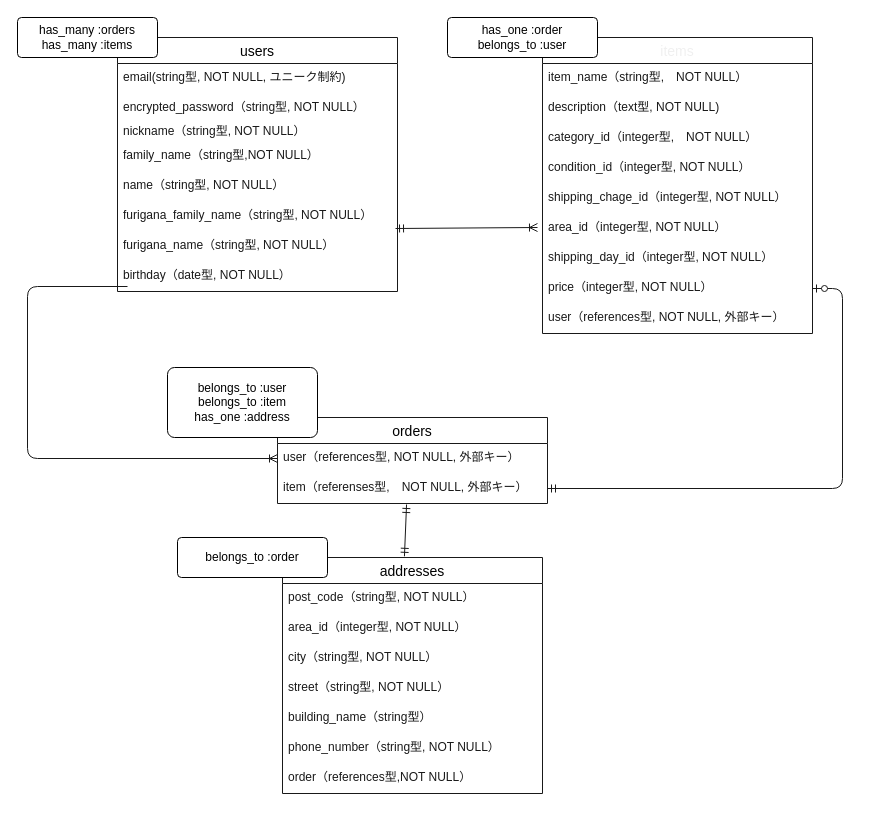
Before: ER.dio in motooga/furima-38955, a draw.io diagram. Source tidied: cells renumbered, new cells numbered last; positions are measured from the earlier drawing's top-left corner, leaving out a move shared by most shapes. Both pictures are drawn from the tidied source at 100%, with x=0, y=0 at pixel (17, 17).
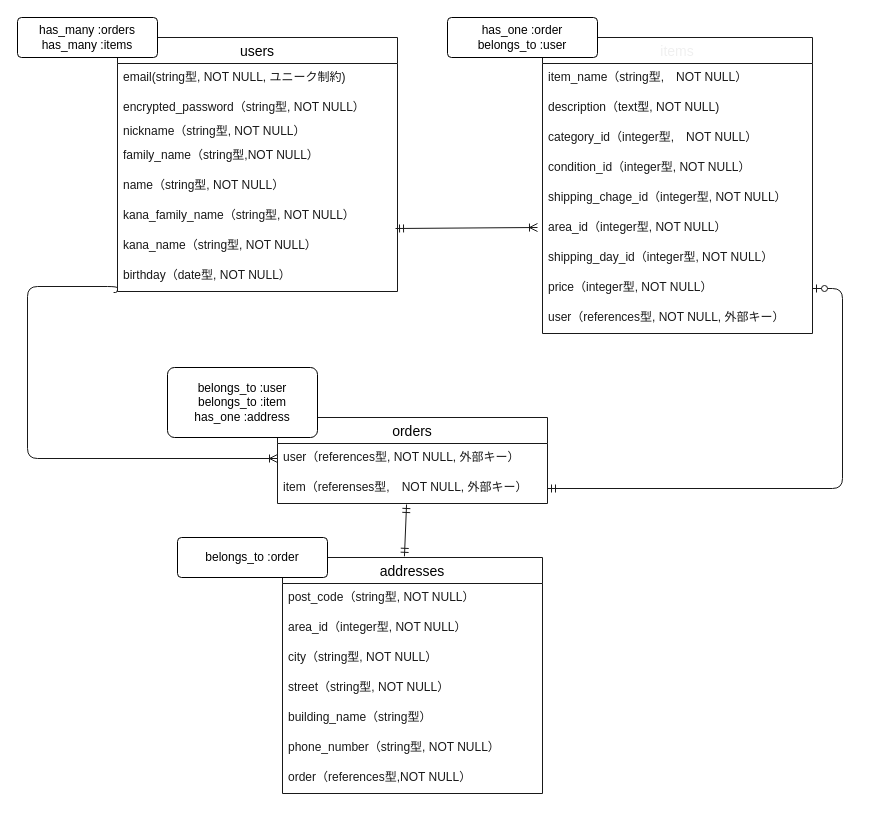
The same page after the edit.

Unchanged cells that the change refers to:
```xml
<mxCell id="2" value="users" style="swimlane;fontStyle=0;horizontal=1;startSize=26;align=center;fontSize=14;strokeColor=#191919;" parent="1" vertex="1">
  <mxGeometry x="100" y="20" width="280" height="254" as="geometry" />
</mxCell>
<mxCell id="10" value="birthday（date型, NOT NULL）" style="text;strokeColor=none;fillColor=none;spacingLeft=4;spacingRight=4;overflow=hidden;points=[[0,0.5],[1,0.5]];portConstraint=eastwest;fontSize=12;labelBorderColor=none;fillStyle=dashed;fontColor=#191919;" parent="2" vertex="1">
  <mxGeometry y="224" width="280" height="30" as="geometry" />
</mxCell>
<mxCell id="22" value="user（references型, NOT NULL, 外部キー）" style="text;strokeColor=none;fillColor=none;spacingLeft=4;spacingRight=4;overflow=hidden;points=[[0,0.5],[1,0.5]];portConstraint=eastwest;fontSize=12;fontColor=#191919;" parent="21" vertex="1">
  <mxGeometry y="26" width="270" height="30" as="geometry" />
</mxCell>
```

The edit, as a diff of the source:
```diff
@@
-    <mxCell id="8" value="furigana_family_name（string型, NOT NULL）" style="text;strokeColor=none;fillColor=none;spacingLeft=4;spacingRight=4;overflow=hidden;fontSize=12;fontColor=#191919;" parent="2" vertex="1">
+    <mxCell id="8" value="kana_family_name（string型, NOT NULL）" style="text;strokeColor=none;fillColor=none;spacingLeft=4;spacingRight=4;overflow=hidden;fontSize=12;fontColor=#191919;" parent="2" vertex="1">
       <mxGeometry y="164" width="280" height="30" as="geometry" />
     </mxCell>
-    <mxCell id="9" value="furigana_name（string型, NOT NULL）" style="text;strokeColor=none;fillColor=none;spacingLeft=4;spacingRight=4;overflow=hidden;points=[[0,0.5],[1,0.5]];portConstraint=eastwest;fontSize=12;fillStyle=dashed;fontColor=#191919;" parent="2" vertex="1">
+    <mxCell id="9" value="kana_name（string型, NOT NULL）" style="text;strokeColor=none;fillColor=none;spacingLeft=4;spacingRight=4;overflow=hidden;points=[[0,0.5],[1,0.5]];portConstraint=eastwest;fontSize=12;fillStyle=dashed;fontColor=#191919;" parent="2" vertex="1">
       <mxGeometry y="194" width="280" height="30" as="geometry" />
     </mxCell>
@@
-    <mxCell id="39" style="edgeStyle=orthogonalEdgeStyle;fontSize=12;html=1;endArrow=ERoneToMany;fontColor=#F0F0F0;exitX=0;exitY=0.5;exitDx=0;exitDy=0;entryX=0;entryY=0.5;entryDx=0;entryDy=0;strokeColor=#191919;" parent="1" edge="1" target="22">
+    <mxCell id="39" style="edgeStyle=orthogonalEdgeStyle;fontSize=12;html=1;endArrow=ERoneToMany;fontColor=#F0F0F0;exitX=-0.014;exitY=1.033;exitDx=0;exitDy=0;entryX=0;entryY=0.5;entryDx=0;entryDy=0;strokeColor=#191919;exitPerimeter=0;" parent="1" edge="1" source="10" target="22">
       <mxGeometry relative="1" as="geometry">
-        <mxPoint x="110" y="269" as="sourcePoint" />
         <Array as="points">
+          <mxPoint x="100" y="275" />
+          <mxPoint x="100" y="269" />
           <mxPoint x="10" y="269" />
           <mxPoint x="10" y="441" />
         </Array>
       </mxGeometry>
     </mxCell>
```
